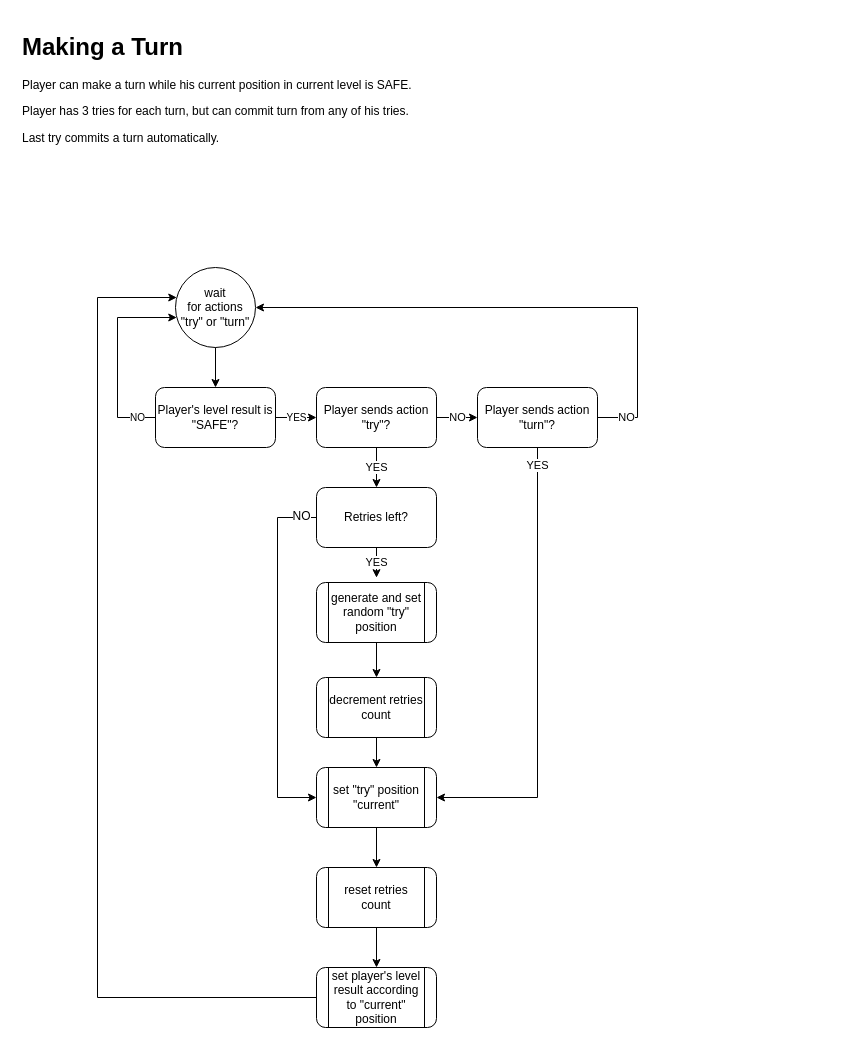
Above: page "turn" (3 of 10) of ia/WOFFLER IA.drawio in cptn-solo/woffler_contract (draw.io), before the change. Source tidied: cells renumbered, new cells numbered last; positions are measured from the earlier drawing's top-left corner, leaving out a move shared by most shapes. Both pictures are drawn from the tidied source at 100%, with x=0, y=0 at pixel (17, 27).
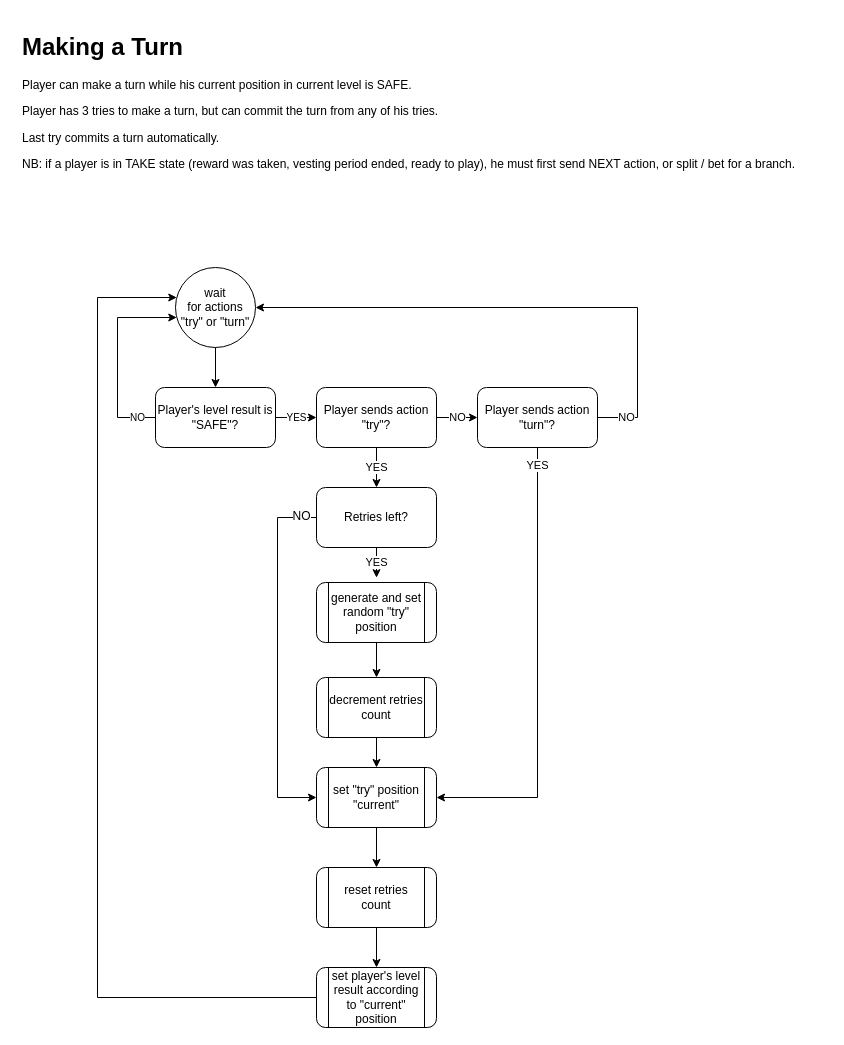
After the change.

Diff of the diagram source:
```diff
@@
-    <mxCell id="25" value="&lt;h1&gt;Making a Turn&lt;/h1&gt;&lt;p&gt;Player can make a turn while his current position in current level is SAFE.&lt;/p&gt;&lt;p&gt;Player has 3 tries for each turn, but can commit turn from any of his tries.&lt;/p&gt;&lt;p&gt;Last try commits a turn automatically.&lt;/p&gt;" style="text;html=1;strokeColor=none;fillColor=none;spacing=5;spacingTop=-20;whiteSpace=wrap;overflow=hidden;rounded=0;shadow=0;glass=0;align=left;" parent="1" vertex="1">
+    <mxCell id="25" value="&lt;h1&gt;Making a Turn&lt;/h1&gt;&lt;p&gt;Player can make a turn while his current position in current level is SAFE.&lt;/p&gt;&lt;p&gt;Player has 3 tries to make a turn, but can commit the turn from any of his tries.&lt;/p&gt;&lt;p&gt;Last try commits a turn automatically.&lt;/p&gt;&lt;p&gt;NB: if a player is in TAKE state (reward was taken, vesting period ended, ready to play), he must first send NEXT action, or split / bet for a branch.&lt;/p&gt;" style="text;html=1;strokeColor=none;fillColor=none;spacing=5;spacingTop=-20;whiteSpace=wrap;overflow=hidden;rounded=0;shadow=0;glass=0;align=left;" parent="1" vertex="1">
       <mxGeometry width="810" height="230" as="geometry" />
     </mxCell>
```
